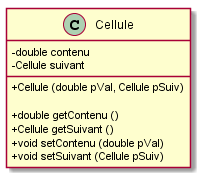
Above: POO/images/classeCellule.png in IUT-Blagnac/POO (PlantUML), before the change.
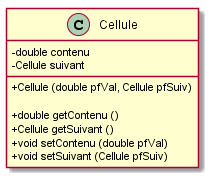
After the commit.

The edit, as a diff of the source:
```diff
@@ -5,12 +5,12 @@
 	- double contenu
 	- Cellule suivant
 
-	+ Cellule (double pVal, Cellule pSuiv)
+	+ Cellule (double pfVal, Cellule pfSuiv)
 
 	+ double getContenu ()
 	+ Cellule getSuivant ()
-	+ void setContenu (double pVal)
-	+ void setSuivant (Cellule pSuiv)
+	+ void setContenu (double pfVal)
+	+ void setSuivant (Cellule pfSuiv)
 }
 
 @enduml
```
